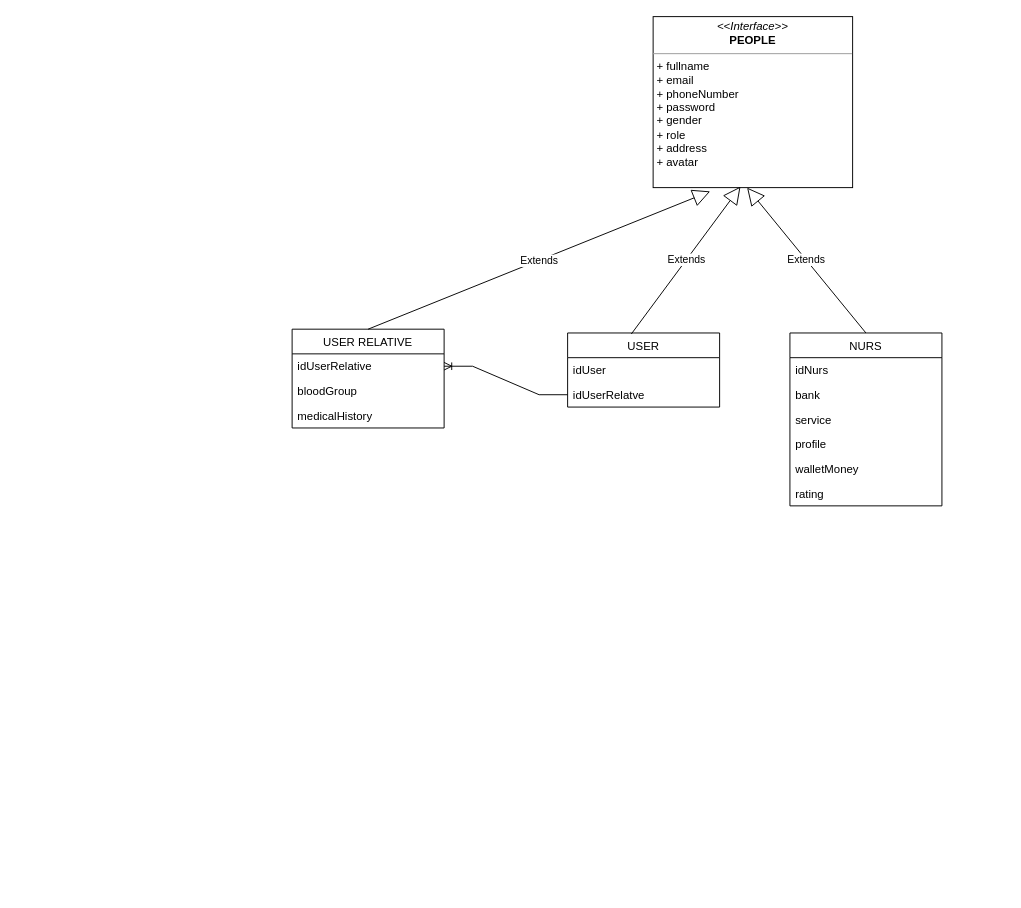
Earlier version of the draw.io diagram Untitled Diagram.drawio (ductan2/ecm-next). Source tidied: cells renumbered, new cells numbered last; positions are measured from the earlier drawing's top-left corner, leaving out a move shared by most shapes. Both pictures are drawn from the tidied source at 95%, with x=0, y=0 at pixel (292, 16).
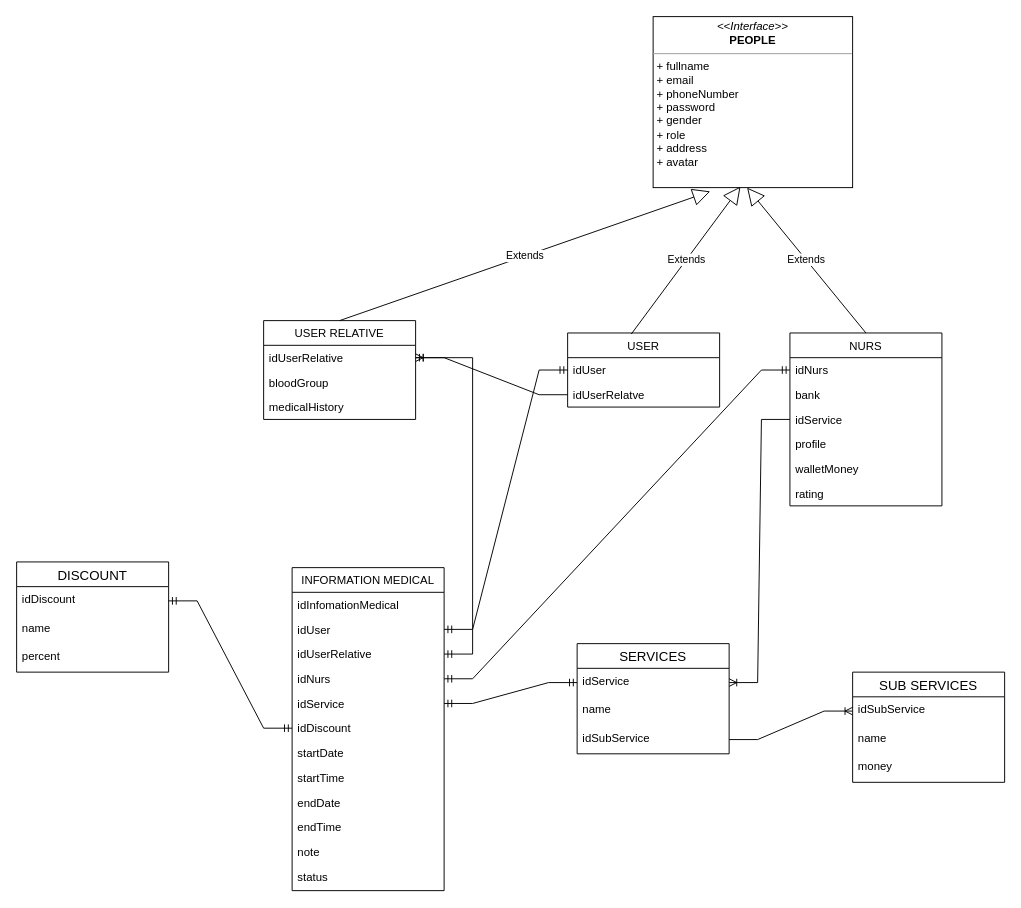
After the change.

Unchanged cells that the change refers to:
```xml
<mxCell id="3" value="idUser" style="text;align=left;verticalAlign=top;spacingLeft=4;spacingRight=4;overflow=hidden;points=[[0,0.5],[1,0.5]];portConstraint=eastwest;" parent="2" vertex="1">
  <mxGeometry y="26" width="160" height="26" as="geometry" />
</mxCell>
<mxCell id="5" value="NURS" style="swimlane;fontStyle=0;align=center;verticalAlign=top;horizontal=1;startSize=26;rounded=0;shadow=0;strokeWidth=1;" parent="1" vertex="1">
  <mxGeometry x="524" y="333" width="160" height="182" as="geometry" />
</mxCell>
<mxCell id="6" value="idNurs" style="text;align=left;verticalAlign=top;spacingLeft=4;spacingRight=4;overflow=hidden;points=[[0,0.5],[1,0.5]];portConstraint=eastwest;" parent="5" vertex="1">
  <mxGeometry y="26" width="160" height="26" as="geometry" />
</mxCell>
<mxCell id="20" value="idUserRelative" style="text;align=left;verticalAlign=top;spacingLeft=4;spacingRight=4;overflow=hidden;points=[[0,0.5],[1,0.5]];portConstraint=eastwest;" parent="19" vertex="1">
  <mxGeometry y="26" width="160" height="26" as="geometry" />
</mxCell>
```

The edit, as a diff of the source:
```diff
@@
-    <mxCell id="8" value="service" style="text;align=left;verticalAlign=top;spacingLeft=4;spacingRight=4;overflow=hidden;points=[[0,0.5],[1,0.5]];portConstraint=eastwest;" parent="5" vertex="1">
+    <mxCell id="8" value="idService" style="text;align=left;verticalAlign=top;spacingLeft=4;spacingRight=4;overflow=hidden;points=[[0,0.5],[1,0.5]];portConstraint=eastwest;" parent="5" vertex="1">
       <mxGeometry y="78" width="160" height="26" as="geometry" />
     </mxCell>
@@
     <mxCell id="19" value="USER RELATIVE" style="swimlane;fontStyle=0;align=center;verticalAlign=top;horizontal=1;startSize=26;rounded=0;shadow=0;strokeWidth=1;" parent="1" vertex="1">
-      <mxGeometry y="329" width="160" height="104" as="geometry" />
+      <mxGeometry x="-30" y="320" width="160" height="104" as="geometry" />
     </mxCell>
@@
+    <mxCell id="25" value="SERVICES" style="swimlane;fontStyle=0;horizontal=1;startSize=26;align=center;fontSize=14;" parent="1" vertex="1">
+      <mxGeometry x="300" y="660" width="160" height="116" as="geometry" />
+    </mxCell>
+    <mxCell id="26" value="idService" style="text;strokeColor=none;fillColor=none;spacingLeft=4;spacingRight=4;overflow=hidden;points=[[0,0.5],[1,0.5]];portConstraint=eastwest;fontSize=12;whiteSpace=wrap;html=1;" parent="25" vertex="1">
+      <mxGeometry y="26" width="160" height="30" as="geometry" />
+    </mxCell>
+    <mxCell id="27" value="name" style="text;strokeColor=none;fillColor=none;spacingLeft=4;spacingRight=4;overflow=hidden;fontSize=12;whiteSpace=wrap;html=1;" parent="25" vertex="1">
+      <mxGeometry y="56" width="160" height="30" as="geometry" />
+    </mxCell>
+    <mxCell id="28" value="idSubService" style="text;strokeColor=none;fillColor=none;spacingLeft=4;spacingRight=4;overflow=hidden;points=[[0,0.5],[1,0.5]];portConstraint=eastwest;fontSize=12;whiteSpace=wrap;html=1;" parent="25" vertex="1">
+      <mxGeometry y="86" width="160" height="30" as="geometry" />
+    </mxCell>
+    <mxCell id="29" value="SUB SERVICES" style="swimlane;fontStyle=0;horizontal=1;startSize=26;align=center;fontSize=14;" parent="1" vertex="1">
+      <mxGeometry x="590" y="690" width="160" height="116" as="geometry" />
+    </mxCell>
+    <mxCell id="30" value="idSubService&lt;span style=&quot;white-space: pre;&quot;&gt;&#9;&lt;/span&gt;" style="text;strokeColor=none;fillColor=none;spacingLeft=4;spacingRight=4;overflow=hidden;points=[[0,0.5],[1,0.5]];portConstraint=eastwest;fontSize=12;whiteSpace=wrap;html=1;" parent="29" vertex="1">
+      <mxGeometry y="26" width="160" height="30" as="geometry" />
+    </mxCell>
+    <mxCell id="31" value="name" style="text;strokeColor=none;fillColor=none;spacingLeft=4;spacingRight=4;overflow=hidden;fontSize=12;whiteSpace=wrap;html=1;" parent="29" vertex="1">
+      <mxGeometry y="56" width="160" height="30" as="geometry" />
+    </mxCell>
+    <mxCell id="32" value="money" style="text;strokeColor=none;fillColor=none;spacingLeft=4;spacingRight=4;overflow=hidden;fontSize=12;whiteSpace=wrap;html=1;" parent="29" vertex="1">
+      <mxGeometry y="86" width="160" height="30" as="geometry" />
+    </mxCell>
+    <mxCell id="33" style="edgeStyle=entityRelationEdgeStyle;fontSize=12;html=1;endArrow=ERoneToMany;rounded=0;exitX=1;exitY=0.5;exitDx=0;exitDy=0;" parent="1" edge="1" source="28" target="30">
+      <mxGeometry relative="1" as="geometry">
+        <Array as="points">
+          <mxPoint x="200" y="580" />
+        </Array>
+      </mxGeometry>
+    </mxCell>
+    <mxCell id="34" style="edgeStyle=entityRelationEdgeStyle;fontSize=12;html=1;endArrow=ERoneToMany;rounded=0;exitX=0;exitY=0.5;exitDx=0;exitDy=0;" parent="1" edge="1" source="8" target="26">
+      <mxGeometry relative="1" as="geometry">
+        <Array as="points">
+          <mxPoint x="295" y="660" />
+        </Array>
+      </mxGeometry>
+    </mxCell>
+    <mxCell id="35" value="DISCOUNT" style="swimlane;fontStyle=0;horizontal=1;startSize=26;align=center;fontSize=14;" parent="1" vertex="1">
+      <mxGeometry x="-290" y="574" width="160" height="116" as="geometry" />
+    </mxCell>
+    <mxCell id="36" value="idDiscount" style="text;strokeColor=none;fillColor=none;spacingLeft=4;spacingRight=4;overflow=hidden;points=[[0,0.5],[1,0.5]];portConstraint=eastwest;fontSize=12;whiteSpace=wrap;html=1;" parent="35" vertex="1">
+      <mxGeometry y="26" width="160" height="30" as="geometry" />
+    </mxCell>
+    <mxCell id="37" value="name" style="text;strokeColor=none;fillColor=none;spacingLeft=4;spacingRight=4;overflow=hidden;fontSize=12;whiteSpace=wrap;html=1;" parent="35" vertex="1">
+      <mxGeometry y="56" width="160" height="30" as="geometry" />
+    </mxCell>
+    <mxCell id="38" value="percent" style="text;strokeColor=none;fillColor=none;spacingLeft=4;spacingRight=4;overflow=hidden;fontSize=12;whiteSpace=wrap;html=1;" parent="35" vertex="1">
+      <mxGeometry y="86" width="160" height="30" as="geometry" />
+    </mxCell>
+    <mxCell id="39" value="INFORMATION MEDICAL" style="swimlane;fontStyle=0;align=center;verticalAlign=top;horizontal=1;startSize=26;rounded=0;shadow=0;strokeWidth=1;" parent="1" vertex="1">
+      <mxGeometry y="580" width="160" height="340" as="geometry" />
+    </mxCell>
+    <mxCell id="40" value="idInfomationMedical" style="text;align=left;verticalAlign=top;spacingLeft=4;spacingRight=4;overflow=hidden;" parent="39" vertex="1">
+      <mxGeometry y="26" width="160" height="26" as="geometry" />
+    </mxCell>
+    <mxCell id="41" value="idUser" style="text;align=left;verticalAlign=top;spacingLeft=4;spacingRight=4;overflow=hidden;points=[[0,0.5],[1,0.5]];portConstraint=eastwest;" parent="39" vertex="1">
+      <mxGeometry y="52" width="160" height="26" as="geometry" />
+    </mxCell>
+    <mxCell id="42" value="idUserRelative" style="text;align=left;verticalAlign=top;spacingLeft=4;spacingRight=4;overflow=hidden;points=[[0,0.5],[1,0.5]];portConstraint=eastwest;" parent="39" vertex="1">
+      <mxGeometry y="78" width="160" height="26" as="geometry" />
+    </mxCell>
+    <mxCell id="43" value="idNurs" style="text;align=left;verticalAlign=top;spacingLeft=4;spacingRight=4;overflow=hidden;points=[[0,0.5],[1,0.5]];portConstraint=eastwest;" parent="39" vertex="1">
+      <mxGeometry y="104" width="160" height="26" as="geometry" />
+    </mxCell>
+    <mxCell id="44" value="idService" style="text;align=left;verticalAlign=top;spacingLeft=4;spacingRight=4;overflow=hidden;points=[[0,0.5],[1,0.5]];portConstraint=eastwest;" parent="39" vertex="1">
+      <mxGeometry y="130" width="160" height="26" as="geometry" />
+    </mxCell>
+    <mxCell id="45" value="idDiscount" style="text;align=left;verticalAlign=top;spacingLeft=4;spacingRight=4;overflow=hidden;points=[[0,0.5],[1,0.5]];portConstraint=eastwest;" parent="39" vertex="1">
+      <mxGeometry y="156" width="160" height="26" as="geometry" />
+    </mxCell>
+    <mxCell id="46" value="startDate" style="text;align=left;verticalAlign=top;spacingLeft=4;spacingRight=4;overflow=hidden;" parent="39" vertex="1">
+      <mxGeometry y="182" width="160" height="26" as="geometry" />
+    </mxCell>
+    <mxCell id="47" value="startTime" style="text;align=left;verticalAlign=top;spacingLeft=4;spacingRight=4;overflow=hidden;" parent="39" vertex="1">
+      <mxGeometry y="208" width="160" height="26" as="geometry" />
+    </mxCell>
+    <mxCell id="48" value="endDate" style="text;align=left;verticalAlign=top;spacingLeft=4;spacingRight=4;overflow=hidden;" parent="39" vertex="1">
+      <mxGeometry y="234" width="160" height="26" as="geometry" />
+    </mxCell>
+    <mxCell id="49" value="endTime" style="text;align=left;verticalAlign=top;spacingLeft=4;spacingRight=4;overflow=hidden;" parent="39" vertex="1">
+      <mxGeometry y="260" width="160" height="26" as="geometry" />
+    </mxCell>
+    <mxCell id="50" value="note" style="text;align=left;verticalAlign=top;spacingLeft=4;spacingRight=4;overflow=hidden;" parent="39" vertex="1">
+      <mxGeometry y="286" width="160" height="26" as="geometry" />
+    </mxCell>
+    <mxCell id="51" value="status" style="text;align=left;verticalAlign=top;spacingLeft=4;spacingRight=4;overflow=hidden;" parent="39" vertex="1">
+      <mxGeometry y="312" width="160" height="26" as="geometry" />
+    </mxCell>
+    <mxCell id="52" style="edgeStyle=entityRelationEdgeStyle;fontSize=12;html=1;endArrow=ERmandOne;startArrow=ERmandOne;rounded=0;" parent="1" edge="1" source="41" target="3">
+      <mxGeometry relative="1" as="geometry" />
+    </mxCell>
+    <mxCell id="53" style="edgeStyle=entityRelationEdgeStyle;fontSize=12;html=1;endArrow=ERmandOne;startArrow=ERmandOne;rounded=0;" parent="1" edge="1" source="43" target="6">
+      <mxGeometry relative="1" as="geometry" />
+    </mxCell>
+    <mxCell id="54" style="edgeStyle=entityRelationEdgeStyle;fontSize=12;html=1;endArrow=ERmandOne;startArrow=ERmandOne;rounded=0;" parent="1" edge="1" source="36" target="45">
+      <mxGeometry relative="1" as="geometry">
+        <Array as="points">
+          <mxPoint x="20" y="750" />
+        </Array>
+      </mxGeometry>
+    </mxCell>
+    <mxCell id="55" style="edgeStyle=entityRelationEdgeStyle;fontSize=12;html=1;endArrow=ERmandOne;startArrow=ERmandOne;rounded=0;" parent="1" edge="1" source="44" target="26">
+      <mxGeometry relative="1" as="geometry" />
+    </mxCell>
+    <mxCell id="56" style="edgeStyle=entityRelationEdgeStyle;fontSize=12;html=1;endArrow=ERmandOne;startArrow=ERmandOne;rounded=0;" parent="1" edge="1" source="42" target="20">
+      <mxGeometry relative="1" as="geometry" />
+    </mxCell>
```
